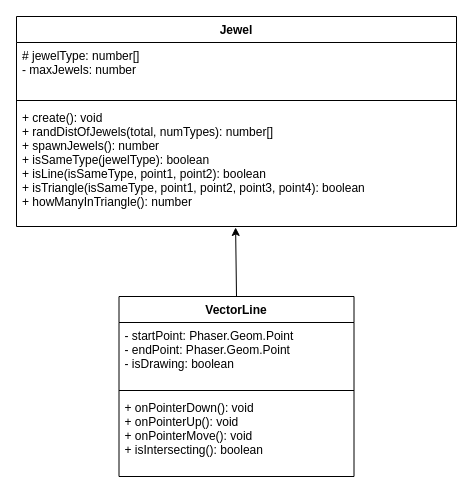
The draw.io diagram design/class-diagram.drawio in sam-corbett/ICS4U-Final-Project-Sam, before the edit. Source tidied: cells renumbered, new cells numbered last; positions are measured from the earlier drawing's top-left corner, leaving out a move shared by most shapes. Both pictures are drawn from the tidied source at 100%, with x=0, y=0 at pixel (16, 16).
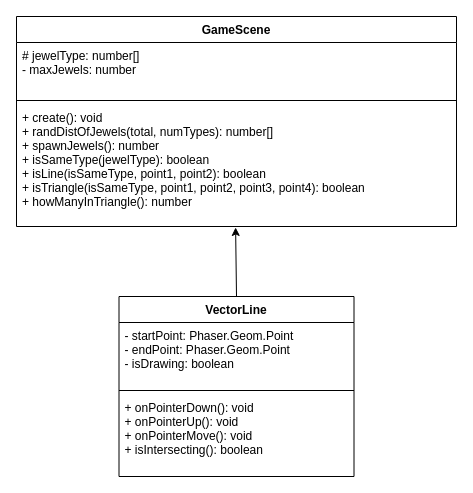
Above is the later version.

Commit message (it also covers changes not shown here):
Oops forgot to add the class diagram of the original design of the game. mb!

Change to the diagram source:
```diff
@@
 <mxGraphModel>
   <root>
     <mxCell id="0" />
     <mxCell id="1" parent="0" />
-    <mxCell id="2" value="Jewel" style="swimlane;fontStyle=1;align=center;verticalAlign=top;horizontal=1;startSize=26;" parent="1" vertex="1">
+    <mxCell id="2" value="GameScene" style="swimlane;fontStyle=1;align=center;verticalAlign=top;horizontal=1;startSize=26;" parent="1" vertex="1">
       <mxGeometry width="440" height="210" as="geometry" />
     </mxCell>
     <mxCell id="3" value="# jewelType: number[]&#10;- maxJewels: number" style="text;strokeColor=none;fillColor=none;align=left;verticalAlign=top;spacingLeft=4;spacingRight=4;overflow=hidden;" parent="2" vertex="1">
       <mxGeometry y="26" width="440" height="54" as="geometry" />
     </mxCell>
     <mxCell id="4" style="line;strokeWidth=1;fillColor=none;align=left;verticalAlign=middle;spacingTop=-1;spacingLeft=3;spacingRight=3;labelPosition=right;strokeColor=inherit;" parent="2" vertex="1">
       <mxGeometry y="80" width="440" height="8" as="geometry" />
     </mxCell>
     <mxCell id="5" value="+ create(): void&#10;+ randDistOfJewels(total, numTypes): number[]&#10;+ spawnJewels(): number&#10;+ isSameType(jewelType): boolean&#10;+ isLine(isSameType, point1, point2): boolean&#10;+ isTriangle(isSameType, point1, point2, point3, point4): boolean&#10;+ howManyInTriangle(): number" style="text;strokeColor=none;fillColor=none;align=left;verticalAlign=top;spacingLeft=4;spacingRight=4;overflow=hidden;points=[[0,0.5],[1,0.5]];portConstraint=eastwest;" parent="2" vertex="1">
       <mxGeometry y="88" width="440" height="122" as="geometry" />
     </mxCell>
     <mxCell id="6" style="edgeStyle=none;html=1;exitX=0.5;exitY=0;exitDx=0;exitDy=0;entryX=0.498;entryY=1.008;entryDx=0;entryDy=0;entryPerimeter=0;" parent="1" edge="1" source="7" target="5">
       <mxGeometry relative="1" as="geometry" />
     </mxCell>
     <mxCell id="7" value="VectorLine" style="swimlane;fontStyle=1;align=center;verticalAlign=top;horizontal=1;startSize=26;" parent="1" vertex="1">
       <mxGeometry x="102.5" y="280" width="235" height="180" as="geometry" />
     </mxCell>
     <mxCell id="8" value="- startPoint: Phaser.Geom.Point &#10;- endPoint: Phaser.Geom.Point&#10;- isDrawing: boolean" style="text;strokeColor=none;fillColor=none;align=left;verticalAlign=top;spacingLeft=4;spacingRight=4;overflow=hidden;" parent="7" vertex="1">
       <mxGeometry y="26" width="235" height="64" as="geometry" />
     </mxCell>
     <mxCell id="9" style="line;strokeWidth=1;fillColor=none;align=left;verticalAlign=middle;spacingTop=-1;spacingLeft=3;spacingRight=3;labelPosition=right;strokeColor=inherit;" parent="7" vertex="1">
       <mxGeometry y="90" width="235" height="8" as="geometry" />
     </mxCell>
     <mxCell id="10" value="+ onPointerDown(): void&#10;+ onPointerUp(): void&#10;+ onPointerMove(): void&#10;+ isIntersecting(): boolean" style="text;strokeColor=none;fillColor=none;align=left;verticalAlign=top;spacingLeft=4;spacingRight=4;overflow=hidden;" parent="7" vertex="1">
       <mxGeometry y="98" width="235" height="82" as="geometry" />
     </mxCell>
   </root>
 </mxGraphModel>
```
